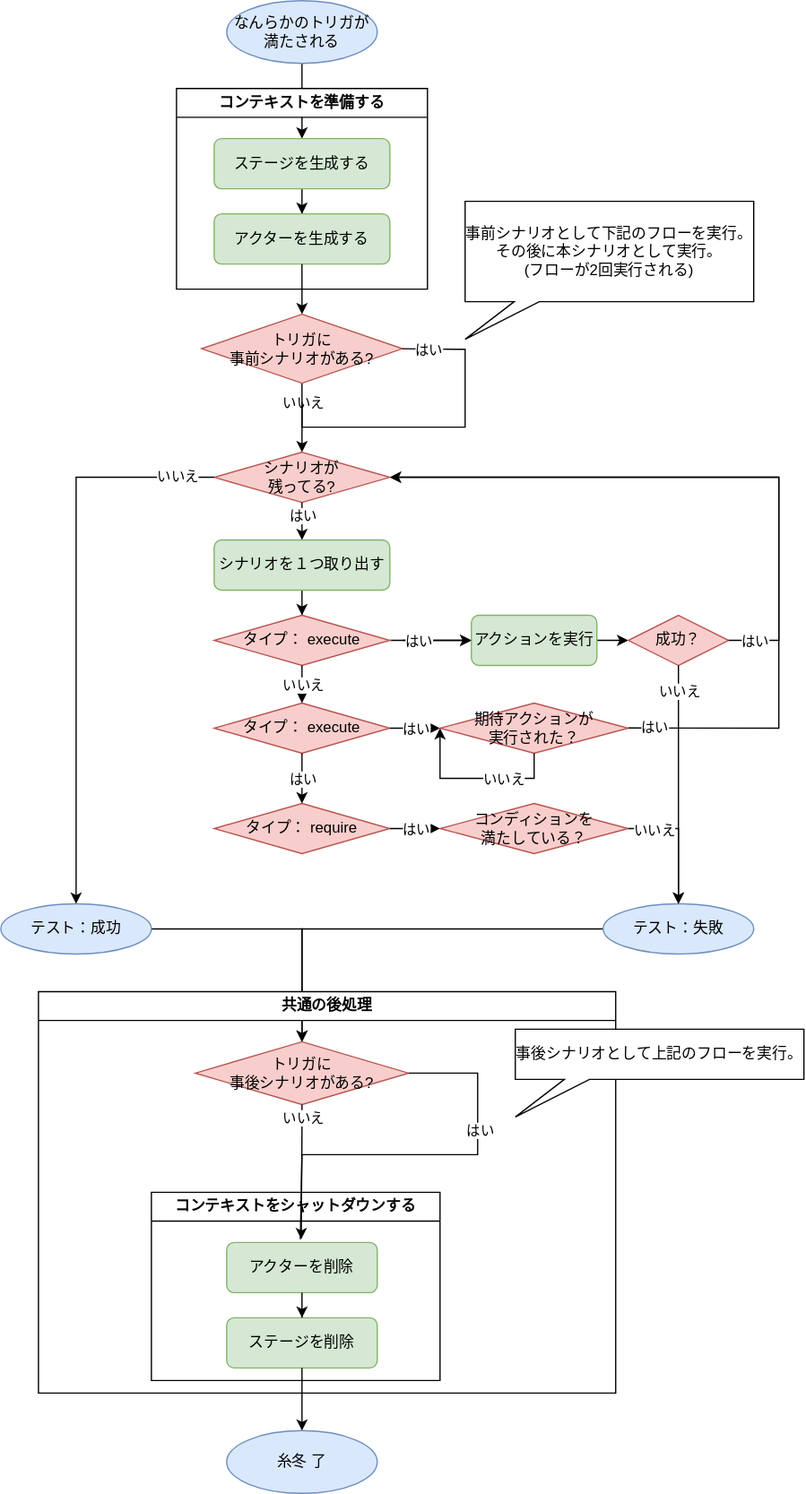
TeamKun/Scenamatica keeps this draw.io diagram as docs/use/scenario/images/scenario.svg. Above is the earlier version. Source tidied: cells renumbered, new cells last; positions are measured from the earlier drawing's top-left corner, leaving out a move shared by most shapes. Source of this version:
```xml
<mxGraphModel background="#ffffff">
  <root>
    <mxCell id="0" />
    <mxCell id="1" parent="0" />
    <mxCell id="2" style="edgeStyle=orthogonalEdgeStyle;rounded=0;jettySize=auto;html=1;entryX=0.5;entryY=0;entryDx=0;entryDy=0;" parent="1" edge="1" source="45" target="5">
      <mxGeometry relative="1" as="geometry" />
    </mxCell>
    <mxCell id="3" value="コンテキストを準備する" style="swimlane;whiteSpace=wrap;html=1;" parent="1" vertex="1">
      <mxGeometry x="140" y="70" width="200" height="160" as="geometry" />
    </mxCell>
    <mxCell id="4" style="edgeStyle=orthogonalEdgeStyle;rounded=0;jettySize=auto;html=1;entryX=0.5;entryY=0;entryDx=0;entryDy=0;" parent="3" edge="1" source="5" target="6">
      <mxGeometry relative="1" as="geometry" />
    </mxCell>
    <mxCell id="5" value="ステージを生成する" style="rounded=1;whiteSpace=wrap;html=1;fillColor=#d5e8d4;strokeColor=#82b366;" parent="3" vertex="1">
      <mxGeometry x="30" y="40" width="140" height="40" as="geometry" />
    </mxCell>
    <mxCell id="6" value="アクターを生成する" style="rounded=1;whiteSpace=wrap;html=1;fillColor=#d5e8d4;strokeColor=#82b366;" parent="3" vertex="1">
      <mxGeometry x="30" y="100" width="140" height="40" as="geometry" />
    </mxCell>
    <mxCell id="7" value="シナリオが&lt;br&gt;残ってる?" style="rhombus;whiteSpace=wrap;html=1;fillColor=#f8cecc;strokeColor=#b85450;" parent="1" vertex="1">
      <mxGeometry x="170" y="360" width="140" height="40" as="geometry" />
    </mxCell>
    <mxCell id="8" style="edgeStyle=orthogonalEdgeStyle;rounded=0;jettySize=auto;html=1;" parent="1" edge="1" source="9" target="58">
      <mxGeometry relative="1" as="geometry" />
    </mxCell>
    <mxCell id="9" value="テスト：成功" style="ellipse;whiteSpace=wrap;html=1;fillColor=#dae8fc;strokeColor=#6c8ebf;" parent="1" vertex="1">
      <mxGeometry y="720" width="120" height="40" as="geometry" />
    </mxCell>
    <mxCell id="10" style="edgeStyle=orthogonalEdgeStyle;rounded=0;jettySize=auto;html=1;entryX=0.5;entryY=0;entryDx=0;entryDy=0;" parent="1" edge="1" source="11" target="58">
      <mxGeometry relative="1" as="geometry" />
    </mxCell>
    <mxCell id="11" value="テスト：失敗" style="ellipse;whiteSpace=wrap;html=1;fillColor=#dae8fc;strokeColor=#6c8ebf;" parent="1" vertex="1">
      <mxGeometry x="480" y="720" width="120" height="40" as="geometry" />
    </mxCell>
    <mxCell id="12" style="edgeStyle=orthogonalEdgeStyle;rounded=0;jettySize=auto;html=1;entryX=0.5;entryY=0;entryDx=0;entryDy=0;" parent="1" edge="1" source="13" target="17">
      <mxGeometry relative="1" as="geometry" />
    </mxCell>
    <mxCell id="13" value="シナリオを１つ取り出す" style="rounded=1;whiteSpace=wrap;html=1;fillColor=#d5e8d4;strokeColor=#82b366;" parent="1" vertex="1">
      <mxGeometry x="170" y="430" width="140" height="40" as="geometry" />
    </mxCell>
    <mxCell id="14" style="endArrow=classic;html=1;rounded=0;entryX=0.5;entryY=0;entryDx=0;entryDy=0;" parent="1" edge="1" target="13">
      <mxGeometry relative="1" as="geometry">
        <mxPoint x="240" y="400" as="sourcePoint" />
      </mxGeometry>
    </mxCell>
    <mxCell id="15" value="はい" style="edgeLabel;html=1;align=center;verticalAlign=middle;" parent="14" vertex="1">
      <mxGeometry relative="1" as="geometry">
        <mxPoint y="-5" as="offset" />
      </mxGeometry>
    </mxCell>
    <mxCell id="16" style="edgeStyle=orthogonalEdgeStyle;rounded=0;jettySize=auto;html=1;" parent="1" edge="1" source="17" target="19">
      <mxGeometry relative="1" as="geometry" />
    </mxCell>
    <mxCell id="17" value="タイプ： execute" style="rhombus;whiteSpace=wrap;html=1;fillColor=#f8cecc;strokeColor=#b85450;" parent="1" vertex="1">
      <mxGeometry x="170" y="490" width="140" height="40" as="geometry" />
    </mxCell>
    <mxCell id="18" style="edgeStyle=orthogonalEdgeStyle;rounded=0;jettySize=auto;html=1;entryX=0;entryY=0.5;entryDx=0;entryDy=0;" parent="1" edge="1" source="19" target="22">
      <mxGeometry relative="1" as="geometry" />
    </mxCell>
    <mxCell id="19" value="アクションを実行" style="rounded=1;whiteSpace=wrap;html=1;fillColor=#d5e8d4;strokeColor=#82b366;" parent="1" vertex="1">
      <mxGeometry x="375" y="490" width="100" height="40" as="geometry" />
    </mxCell>
    <mxCell id="20" style="endArrow=classic;html=1;rounded=0;entryX=0;entryY=0.5;entryDx=0;entryDy=0;" parent="1" edge="1" target="19">
      <mxGeometry relative="1" as="geometry">
        <mxPoint x="320" y="510" as="sourcePoint" />
      </mxGeometry>
    </mxCell>
    <mxCell id="21" value="はい" style="edgeLabel;html=1;align=center;verticalAlign=middle;" parent="20" vertex="1">
      <mxGeometry relative="1" as="geometry">
        <mxPoint x="-15" as="offset" />
      </mxGeometry>
    </mxCell>
    <mxCell id="22" value="成功？" style="rhombus;whiteSpace=wrap;html=1;fillColor=#f8cecc;strokeColor=#b85450;" parent="1" vertex="1">
      <mxGeometry x="500" y="490" width="80" height="40" as="geometry" />
    </mxCell>
    <mxCell id="23" style="endArrow=classic;html=1;rounded=0;exitX=1;exitY=0.5;exitDx=0;exitDy=0;entryX=1;entryY=0.5;entryDx=0;entryDy=0;" parent="1" edge="1" source="22" target="7">
      <mxGeometry relative="1" as="geometry">
        <Array as="points">
          <mxPoint x="620" y="510" />
          <mxPoint x="620" y="500" />
          <mxPoint x="620" y="460" />
          <mxPoint x="620" y="400" />
          <mxPoint x="620" y="380" />
        </Array>
      </mxGeometry>
    </mxCell>
    <mxCell id="24" value="はい" style="edgeLabel;html=1;align=center;verticalAlign=middle;" parent="23" vertex="1">
      <mxGeometry relative="1" as="geometry">
        <mxPoint x="50" y="130" as="offset" />
      </mxGeometry>
    </mxCell>
    <mxCell id="25" style="endArrow=classic;html=1;rounded=0;exitX=0.5;exitY=1;exitDx=0;exitDy=0;entryX=0.5;entryY=0;entryDx=0;entryDy=0;" parent="1" edge="1" source="22" target="11">
      <mxGeometry relative="1" as="geometry" />
    </mxCell>
    <mxCell id="26" value="いいえ" style="edgeLabel;html=1;align=center;verticalAlign=middle;" parent="25" vertex="1">
      <mxGeometry relative="1" as="geometry">
        <mxPoint y="-75" as="offset" />
      </mxGeometry>
    </mxCell>
    <mxCell id="27" value="タイプ： execute" style="rhombus;whiteSpace=wrap;html=1;fillColor=#f8cecc;strokeColor=#b85450;" parent="1" vertex="1">
      <mxGeometry x="170" y="560" width="140" height="40" as="geometry" />
    </mxCell>
    <mxCell id="28" style="endArrow=classic;html=1;rounded=0;exitX=0.5;exitY=1;exitDx=0;exitDy=0;entryX=0.5;entryY=0;entryDx=0;entryDy=0;" parent="1" edge="1" source="17" target="27">
      <mxGeometry relative="1" as="geometry" />
    </mxCell>
    <mxCell id="29" value="いいえ" style="edgeLabel;html=1;align=center;verticalAlign=middle;" parent="28" vertex="1">
      <mxGeometry relative="1" as="geometry" />
    </mxCell>
    <mxCell id="30" style="endArrow=classic;html=1;rounded=0;exitX=1;exitY=0.5;exitDx=0;exitDy=0;entryX=0;entryY=0.5;entryDx=0;entryDy=0;" parent="1" edge="1" source="27">
      <mxGeometry relative="1" as="geometry">
        <mxPoint x="350" y="580" as="targetPoint" />
      </mxGeometry>
    </mxCell>
    <mxCell id="31" value="はい" style="edgeLabel;html=1;align=center;verticalAlign=middle;" parent="30" vertex="1">
      <mxGeometry relative="1" as="geometry" />
    </mxCell>
    <mxCell id="32" value="期待アクションが&lt;br&gt;実行された？" style="rhombus;whiteSpace=wrap;html=1;fillColor=#f8cecc;strokeColor=#b85450;" parent="1" vertex="1">
      <mxGeometry x="350" y="560" width="150" height="40" as="geometry" />
    </mxCell>
    <mxCell id="33" style="endArrow=classic;html=1;rounded=0;entryX=1;entryY=0.5;entryDx=0;entryDy=0;" parent="1" edge="1" target="7">
      <mxGeometry relative="1" as="geometry">
        <mxPoint x="500" y="579.8" as="sourcePoint" />
        <Array as="points">
          <mxPoint x="620" y="580" />
          <mxPoint x="620" y="560" />
          <mxPoint x="620" y="540" />
          <mxPoint x="620" y="510" />
          <mxPoint x="620" y="440" />
          <mxPoint x="620" y="400" />
          <mxPoint x="620" y="380" />
        </Array>
      </mxGeometry>
    </mxCell>
    <mxCell id="34" value="はい" style="edgeLabel;html=1;align=center;verticalAlign=middle;" parent="33" vertex="1">
      <mxGeometry relative="1" as="geometry">
        <mxPoint x="-100" y="195" as="offset" />
      </mxGeometry>
    </mxCell>
    <mxCell id="35" style="endArrow=classic;html=1;rounded=0;exitX=0.5;exitY=1;exitDx=0;exitDy=0;entryX=0;entryY=0.5;entryDx=0;entryDy=0;" parent="1" edge="1" source="32" target="32">
      <mxGeometry relative="1" as="geometry">
        <Array as="points">
          <mxPoint x="425" y="620" />
          <mxPoint x="350" y="620" />
        </Array>
      </mxGeometry>
    </mxCell>
    <mxCell id="36" value="いいえ" style="edgeLabel;html=1;align=center;verticalAlign=middle;" parent="35" vertex="1">
      <mxGeometry relative="1" as="geometry">
        <mxPoint x="23" as="offset" />
      </mxGeometry>
    </mxCell>
    <mxCell id="37" value="タイプ： require" style="rhombus;whiteSpace=wrap;html=1;fillColor=#f8cecc;strokeColor=#b85450;" parent="1" vertex="1">
      <mxGeometry x="170" y="640" width="140" height="40" as="geometry" />
    </mxCell>
    <mxCell id="38" style="endArrow=classic;html=1;rounded=0;exitX=0.5;exitY=1;exitDx=0;exitDy=0;entryX=0.5;entryY=0;entryDx=0;entryDy=0;" parent="1" edge="1" source="27" target="37">
      <mxGeometry relative="1" as="geometry" />
    </mxCell>
    <mxCell id="39" value="はい" style="edgeLabel;html=1;align=center;verticalAlign=middle;" parent="38" vertex="1">
      <mxGeometry relative="1" as="geometry" />
    </mxCell>
    <mxCell id="40" value="コンディションを&lt;br&gt;満たしている？" style="rhombus;whiteSpace=wrap;html=1;fillColor=#f8cecc;strokeColor=#b85450;" parent="1" vertex="1">
      <mxGeometry x="350" y="640" width="150" height="40" as="geometry" />
    </mxCell>
    <mxCell id="41" style="endArrow=classic;html=1;rounded=0;entryX=0;entryY=0.5;entryDx=0;entryDy=0;" parent="1" edge="1" target="40">
      <mxGeometry relative="1" as="geometry">
        <mxPoint x="310" y="660" as="sourcePoint" />
        <Array as="points">
          <mxPoint x="340" y="660" />
        </Array>
      </mxGeometry>
    </mxCell>
    <mxCell id="42" value="はい" style="edgeLabel;html=1;align=center;verticalAlign=middle;" parent="41" vertex="1">
      <mxGeometry relative="1" as="geometry" />
    </mxCell>
    <mxCell id="43" style="endArrow=classic;html=1;rounded=0;exitX=1;exitY=0.5;exitDx=0;exitDy=0;entryX=0.5;entryY=0;entryDx=0;entryDy=0;" parent="1" edge="1" source="40" target="11">
      <mxGeometry relative="1" as="geometry">
        <Array as="points">
          <mxPoint x="540" y="660" />
        </Array>
      </mxGeometry>
    </mxCell>
    <mxCell id="44" value="いいえ" style="edgeLabel;html=1;align=center;verticalAlign=middle;" parent="43" vertex="1">
      <mxGeometry relative="1" as="geometry">
        <mxPoint x="-20" y="-10" as="offset" />
      </mxGeometry>
    </mxCell>
    <mxCell id="45" value="なんらかのトリガが満たされる" style="ellipse;whiteSpace=wrap;html=1;fillColor=#dae8fc;strokeColor=#6c8ebf;" parent="1" vertex="1">
      <mxGeometry x="180" width="120" height="50" as="geometry" />
    </mxCell>
    <mxCell id="46" value="事前シナリオとして下記のフローを実行。&lt;br&gt;その後に本シナリオとして実行。&lt;br&gt;(フローが2回実行される)" style="shape=callout;whiteSpace=wrap;html=1;perimeter=calloutPerimeter;size=30;position=0.17;position2=0;" parent="1" vertex="1">
      <mxGeometry x="370" y="160" width="230" height="110" as="geometry" />
    </mxCell>
    <mxCell id="47" value="いいえ" style="edgeLabel;html=1;align=center;verticalAlign=middle;" parent="1" vertex="1">
      <mxGeometry x="240" y="320" as="geometry" />
    </mxCell>
    <mxCell id="48" style="edgeStyle=orthogonalEdgeStyle;rounded=0;jettySize=auto;html=1;entryX=0.5;entryY=0;entryDx=0;entryDy=0;" parent="1" edge="1" source="49" target="7">
      <mxGeometry relative="1" as="geometry" />
    </mxCell>
    <mxCell id="49" value="トリガに&lt;br&gt;事前シナリオがある?" style="rhombus;whiteSpace=wrap;html=1;fillColor=#f8cecc;strokeColor=#b85450;" parent="1" vertex="1">
      <mxGeometry x="160" y="250" width="160" height="55" as="geometry" />
    </mxCell>
    <mxCell id="50" style="endArrow=none;html=1;rounded=0;exitX=1;exitY=0.5;exitDx=0;exitDy=0;endFill=0;" parent="1" edge="1" source="49">
      <mxGeometry relative="1" as="geometry">
        <mxPoint x="240" y="320" as="targetPoint" />
        <Array as="points">
          <mxPoint x="370" y="278" />
          <mxPoint x="370" y="320" />
          <mxPoint x="370" y="340" />
          <mxPoint x="310" y="340" />
          <mxPoint x="240" y="340" />
        </Array>
      </mxGeometry>
    </mxCell>
    <mxCell id="51" value="はい" style="edgeLabel;html=1;align=center;verticalAlign=middle;" parent="50" vertex="1">
      <mxGeometry relative="1" as="geometry">
        <mxPoint x="-11" y="-62" as="offset" />
      </mxGeometry>
    </mxCell>
    <mxCell id="52" style="edgeStyle=orthogonalEdgeStyle;rounded=0;jettySize=auto;html=1;entryX=0.5;entryY=0;entryDx=0;entryDy=0;" parent="1" edge="1" source="6" target="49">
      <mxGeometry relative="1" as="geometry" />
    </mxCell>
    <mxCell id="53" value="共通の後処理" style="swimlane;whiteSpace=wrap;html=1;" parent="1" vertex="1">
      <mxGeometry x="30" y="790" width="460" height="320" as="geometry" />
    </mxCell>
    <mxCell id="54" value="コンテキストをシャットダウンする" style="swimlane;whiteSpace=wrap;html=1;" parent="53" vertex="1">
      <mxGeometry x="90" y="160" width="230" height="150" as="geometry" />
    </mxCell>
    <mxCell id="55" value="ステージを削除" style="rounded=1;whiteSpace=wrap;html=1;fillColor=#d5e8d4;strokeColor=#82b366;" parent="54" vertex="1">
      <mxGeometry x="60" y="100" width="120" height="40" as="geometry" />
    </mxCell>
    <mxCell id="56" value="アクターを削除" style="rounded=1;whiteSpace=wrap;html=1;fillColor=#d5e8d4;strokeColor=#82b366;" parent="54" vertex="1">
      <mxGeometry x="60" y="40" width="120" height="40" as="geometry" />
    </mxCell>
    <mxCell id="57" style="edgeStyle=orthogonalEdgeStyle;rounded=0;jettySize=auto;html=1;entryX=0.5;entryY=0;entryDx=0;entryDy=0;" parent="54" edge="1" source="56" target="55">
      <mxGeometry relative="1" as="geometry" />
    </mxCell>
    <mxCell id="58" value="トリガに&lt;br&gt;事後シナリオがある?" style="rhombus;whiteSpace=wrap;html=1;fillColor=#f8cecc;strokeColor=#b85450;" parent="53" vertex="1">
      <mxGeometry x="125" y="40" width="170" height="50" as="geometry" />
    </mxCell>
    <mxCell id="59" style="endArrow=none;html=1;rounded=0;exitX=1;exitY=0.5;exitDx=0;exitDy=0;endFill=0;entryX=0.489;entryY=-0.066;entryDx=0;entryDy=0;entryPerimeter=0;" parent="53" edge="1" source="58" target="56">
      <mxGeometry relative="1" as="geometry">
        <Array as="points">
          <mxPoint x="350" y="65" />
          <mxPoint x="350" y="110" />
          <mxPoint x="350" y="130" />
          <mxPoint x="290" y="130" />
          <mxPoint x="210" y="130" />
        </Array>
      </mxGeometry>
    </mxCell>
    <mxCell id="60" value="はい" style="edgeLabel;html=1;align=center;verticalAlign=middle;" parent="59" vertex="1">
      <mxGeometry relative="1" as="geometry">
        <mxPoint x="44" y="-20" as="offset" />
      </mxGeometry>
    </mxCell>
    <mxCell id="61" style="endArrow=classic;html=1;rounded=0;entryX=0.495;entryY=-0.066;entryDx=0;entryDy=0;entryPerimeter=0;" parent="53" edge="1" target="56">
      <mxGeometry relative="1" as="geometry">
        <mxPoint x="210" y="90" as="sourcePoint" />
        <Array as="points">
          <mxPoint x="210" y="110" />
        </Array>
      </mxGeometry>
    </mxCell>
    <mxCell id="62" value="いいえ" style="edgeLabel;html=1;align=center;verticalAlign=middle;" parent="61" vertex="1">
      <mxGeometry relative="1" as="geometry">
        <mxPoint y="-44" as="offset" />
      </mxGeometry>
    </mxCell>
    <mxCell id="63" value="事後シナリオとして上記のフローを実行。" style="shape=callout;whiteSpace=wrap;html=1;perimeter=calloutPerimeter;size=30;position=0.17;position2=0;" parent="1" vertex="1">
      <mxGeometry x="410" y="820" width="230" height="70" as="geometry" />
    </mxCell>
    <mxCell id="64" style="endArrow=classic;html=1;rounded=0;exitX=0;exitY=0.5;exitDx=0;exitDy=0;" parent="1" edge="1" source="7" target="9">
      <mxGeometry relative="1" as="geometry">
        <Array as="points">
          <mxPoint x="60" y="380" />
        </Array>
      </mxGeometry>
    </mxCell>
    <mxCell id="65" value="いいえ" style="edgeLabel;html=1;align=center;verticalAlign=middle;" parent="64" vertex="1">
      <mxGeometry relative="1" as="geometry">
        <mxPoint x="80" y="-115" as="offset" />
      </mxGeometry>
    </mxCell>
    <mxCell id="66" value="糸冬 了" style="ellipse;whiteSpace=wrap;html=1;fillColor=#dae8fc;strokeColor=#6c8ebf;" parent="1" vertex="1">
      <mxGeometry x="180" y="1140" width="120" height="50" as="geometry" />
    </mxCell>
    <mxCell id="67" style="edgeStyle=orthogonalEdgeStyle;rounded=0;jettySize=auto;html=1;entryX=0.5;entryY=0;entryDx=0;entryDy=0;" parent="1" edge="1" source="55" target="66">
      <mxGeometry relative="1" as="geometry" />
    </mxCell>
  </root>
</mxGraphModel>
```
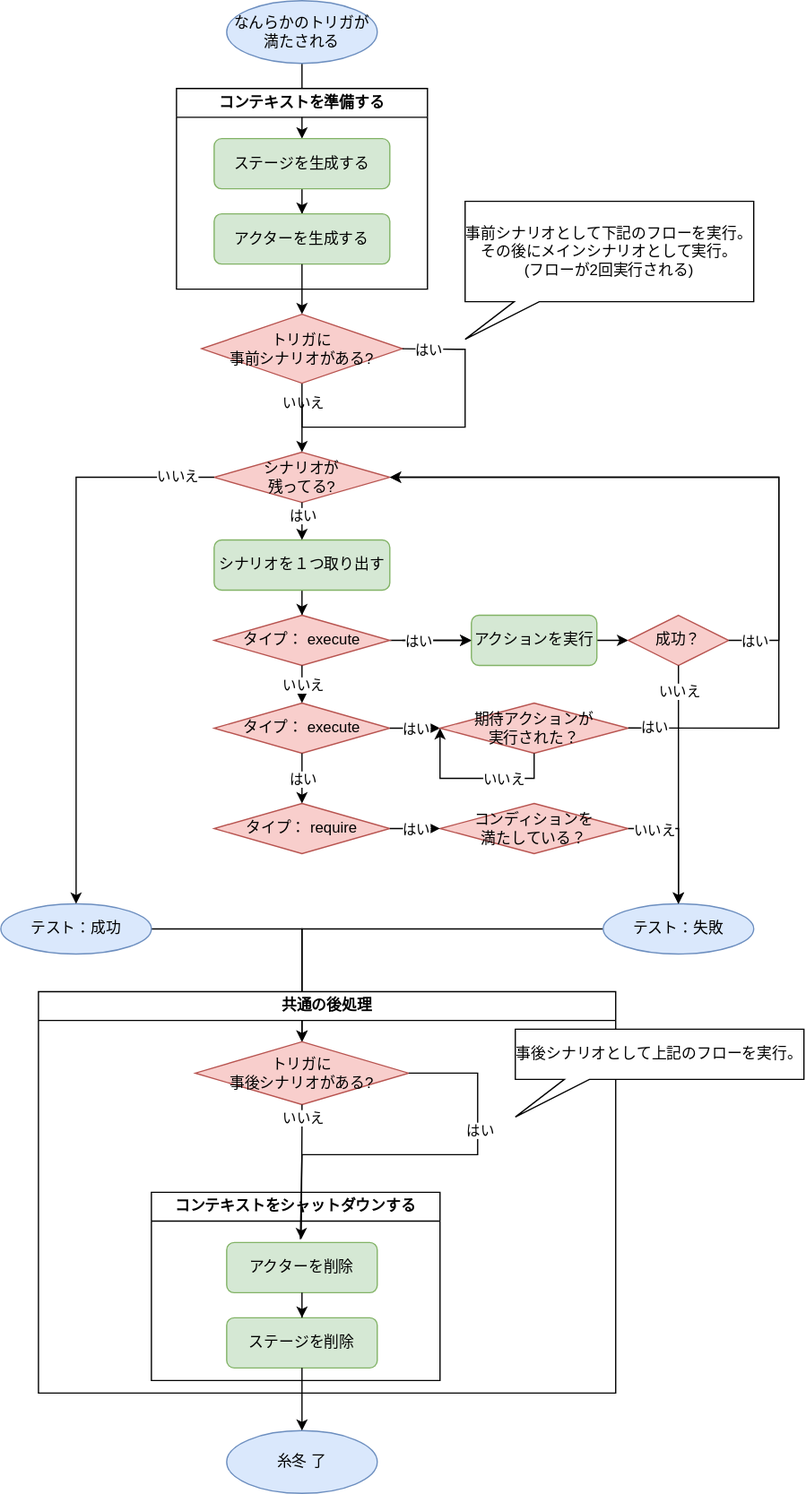
Above is the later version.

Diff of the diagram source:
```diff
@@ -187,7 +187,7 @@
     <mxCell id="45" value="なんらかのトリガが満たされる" style="ellipse;whiteSpace=wrap;html=1;fillColor=#dae8fc;strokeColor=#6c8ebf;" parent="1" vertex="1">
       <mxGeometry x="180" width="120" height="50" as="geometry" />
     </mxCell>
-    <mxCell id="46" value="事前シナリオとして下記のフローを実行。&lt;br&gt;その後に本シナリオとして実行。&lt;br&gt;(フローが2回実行される)" style="shape=callout;whiteSpace=wrap;html=1;perimeter=calloutPerimeter;size=30;position=0.17;position2=0;" parent="1" vertex="1">
+    <mxCell id="46" value="事前シナリオとして下記のフローを実行。&lt;br&gt;その後にメインシナリオとして実行。&lt;br&gt;(フローが2回実行される)" style="shape=callout;whiteSpace=wrap;html=1;perimeter=calloutPerimeter;size=30;position=0.17;position2=0;" parent="1" vertex="1">
       <mxGeometry x="370" y="160" width="230" height="110" as="geometry" />
     </mxCell>
     <mxCell id="47" value="いいえ" style="edgeLabel;html=1;align=center;verticalAlign=middle;" parent="1" vertex="1">
```
